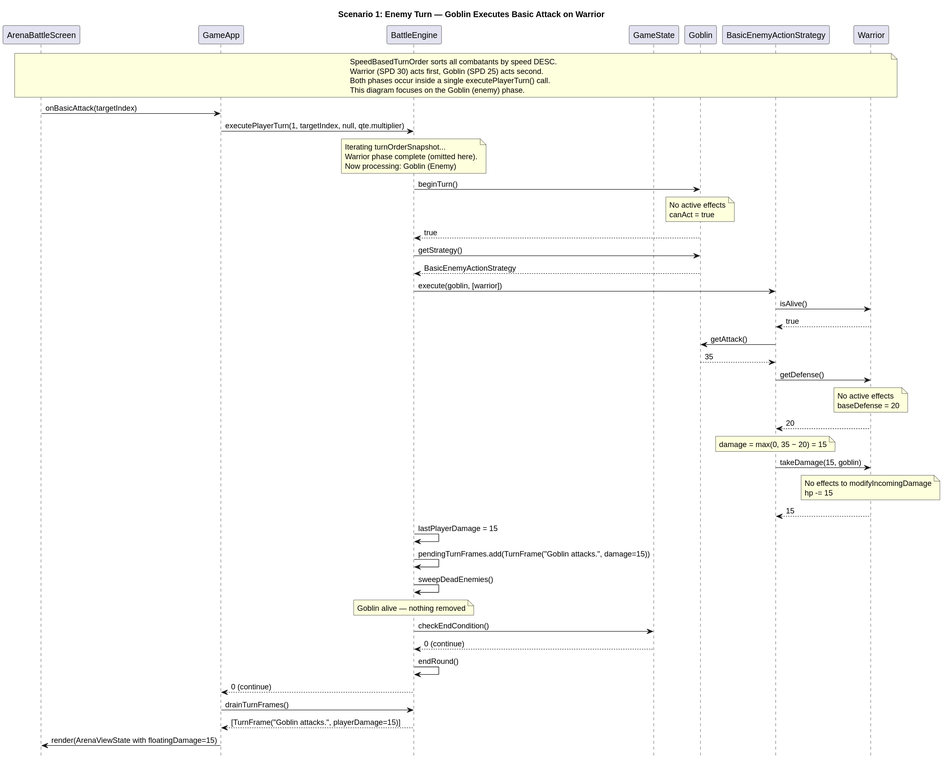
Above: newdiag/sequence/Sequence_1.svg in YongzhangLiu/sc2002-combat-arena (PlantUML), before the change.
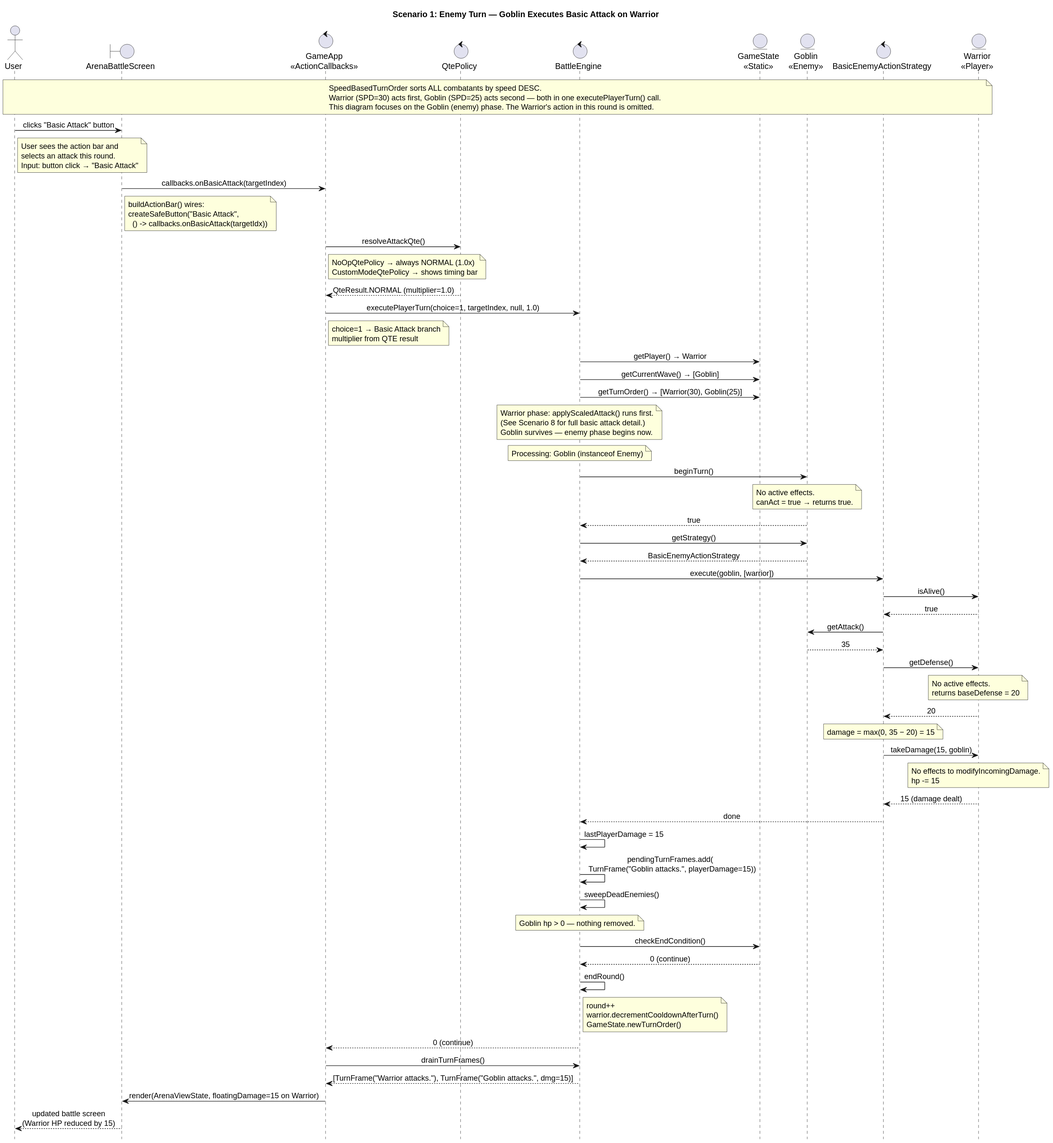
The same file after the commit.

The edit, as a diff of the source:
```diff
@@ -2,28 +2,69 @@
 hide footbox
 title Scenario 1: Enemy Turn — Goblin Executes Basic Attack on Warrior
 
-participant "ArenaBattleScreen" as Screen
-participant "GameApp" as App
-participant "BattleEngine" as Engine
-participant "GameState" as State
-participant "Goblin" as Goblin
-participant "BasicEnemyActionStrategy" as Strategy
-participant "Warrior" as Warrior
+skinparam sequenceMessageAlign center
+skinparam responseMessageBelowArrow true
 
-note over Screen, Warrior
-  SpeedBasedTurnOrder sorts all combatants by speed DESC.
-  Warrior (SPD 30) acts first, Goblin (SPD 25) acts second.
-  Both phases occur inside a single executePlayerTurn() call.
-  This diagram focuses on the Goblin (enemy) phase.
+actor       "User"                         as User
+boundary    "ArenaBattleScreen"            as Screen
+control     "GameApp\n<<ActionCallbacks>>" as App
+control     "QtePolicy"                    as QTE
+control     "BattleEngine"                 as Engine
+entity      "GameState\n<<Static>>"        as State
+entity      "Goblin\n<<Enemy>>"            as Goblin
+control     "BasicEnemyActionStrategy"     as Strategy
+entity      "Warrior\n<<Player>>"          as Warrior
+
+note over User, Warrior
+  SpeedBasedTurnOrder sorts ALL combatants by speed DESC.
+  Warrior (SPD=30) acts first, Goblin (SPD=25) acts second — both in one executePlayerTurn() call.
+  This diagram focuses on the Goblin (enemy) phase. The Warrior's action in this round is omitted.
 end note
 
-Screen -> App : onBasicAttack(targetIndex)
-App -> Engine : executePlayerTurn(1, targetIndex, null, qte.multiplier)
+User -> Screen : clicks "Basic Attack" button
+note right of User
+  User sees the action bar and
+  selects an attack this round.
+  Input: button click → "Basic Attack"
+end note
 
-note over Engine : Iterating turnOrderSnapshot...\nWarrior phase complete (omitted here).\nNow processing: Goblin (Enemy)
+Screen -> App : callbacks.onBasicAttack(targetIndex)
+note right of Screen
+  buildActionBar() wires:
+  createSafeButton("Basic Attack",
+    () -> callbacks.onBasicAttack(targetIdx))
+end note
+
+App -> QTE : resolveAttackQte()
+note right of App
+  NoOpQtePolicy → always NORMAL (1.0x)
+  CustomModeQtePolicy → shows timing bar
+end note
+QTE --> App : QteResult.NORMAL (multiplier=1.0)
+
+App -> Engine : executePlayerTurn(choice=1, targetIndex, null, 1.0)
+note right of App
+  choice=1 → Basic Attack branch
+  multiplier from QTE result
+end note
+
+Engine -> State : getPlayer() → Warrior
+Engine -> State : getCurrentWave() → [Goblin]
+Engine -> State : getTurnOrder() → [Warrior(30), Goblin(25)]
+
+note over Engine
+  Warrior phase: applyScaledAttack() runs first.
+  (See Scenario 8 for full basic attack detail.)
+  Goblin survives — enemy phase begins now.
+end note
+
+note over Engine : Processing: Goblin (instanceof Enemy)
 
 Engine -> Goblin : beginTurn()
-note over Goblin : No active effects\ncanAct = true
+note over Goblin
+  No active effects.
+  canAct = true → returns true.
+end note
 Goblin --> Engine : true
 
 Engine -> Goblin : getStrategy()
@@ -35,24 +76,37 @@
 Strategy -> Goblin : getAttack()
 Goblin --> Strategy : 35
 Strategy -> Warrior : getDefense()
-note over Warrior : No active effects\nbaseDefense = 20
+note over Warrior
+  No active effects.
+  returns baseDefense = 20
+end note
 Warrior --> Strategy : 20
 note over Strategy : damage = max(0, 35 − 20) = 15
 Strategy -> Warrior : takeDamage(15, goblin)
-note over Warrior : No effects to modifyIncomingDamage\nhp -= 15
-Warrior --> Strategy : 15
+note over Warrior
+  No effects to modifyIncomingDamage.
+  hp -= 15
+end note
+Warrior --> Strategy : 15 (damage dealt)
+Strategy --> Engine : done
 
 Engine -> Engine : lastPlayerDamage = 15
-Engine -> Engine : pendingTurnFrames.add(TurnFrame("Goblin attacks.", damage=15))
+Engine -> Engine : pendingTurnFrames.add(\n  TurnFrame("Goblin attacks.", playerDamage=15))
 Engine -> Engine : sweepDeadEnemies()
-note over Engine : Goblin alive — nothing removed
+note over Engine : Goblin hp > 0 — nothing removed.
 
 Engine -> State : checkEndCondition()
 State --> Engine : 0 (continue)
 Engine -> Engine : endRound()
+note right of Engine
+  round++
+  warrior.decrementCooldownAfterTurn()
+  GameState.newTurnOrder()
+end note
 Engine --> App : 0 (continue)
 
 App -> Engine : drainTurnFrames()
-Engine --> App : [TurnFrame("Goblin attacks.", playerDamage=15)]
-App -> Screen : render(ArenaViewState with floatingDamage=15)
+Engine --> App : [TurnFrame("Warrior attacks."), TurnFrame("Goblin attacks.", dmg=15)]
+App -> Screen : render(ArenaViewState, floatingDamage=15 on Warrior)
+Screen --> User : updated battle screen\n(Warrior HP reduced by 15)
 @enduml
```
